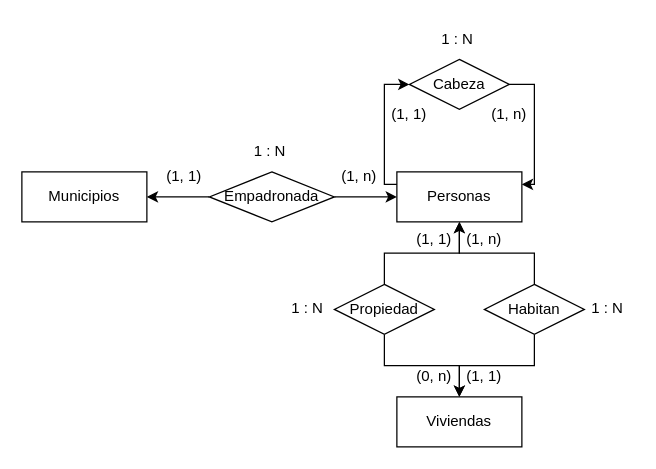
Before: Ejercicio_Cuatro.drawio in Lioteronn/erp-diagrams, a draw.io diagram. Source tidied: cells renumbered, new cells numbered last; positions are measured from the earlier drawing's top-left corner, leaving out a move shared by most shapes. Both pictures are drawn from the tidied source at 125%, with x=0, y=0 at pixel (21, 21).
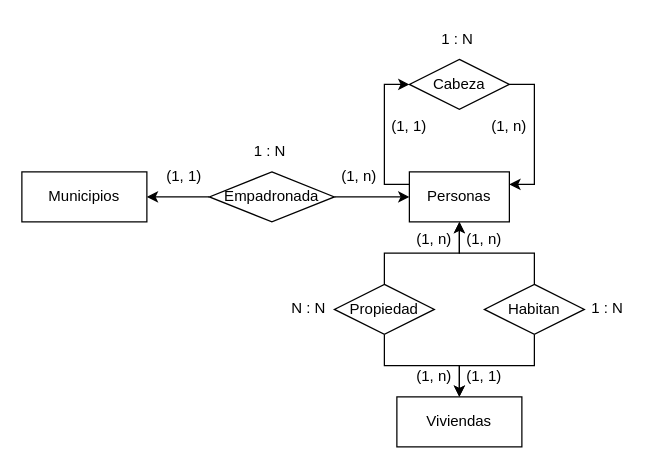
The same diagram, later.

Diff of the diagram source:
```diff
@@
     <mxCell id="4" value="Personas" style="whiteSpace=wrap;html=1;align=center;" parent="1" vertex="1">
-      <mxGeometry x="300" y="120" width="100" height="40" as="geometry" />
+      <mxGeometry x="310" y="120" width="80" height="40" as="geometry" />
     </mxCell>
@@
-    <mxCell id="20" value="(1, 1)" style="text;strokeColor=none;fillColor=none;spacingLeft=4;spacingRight=4;overflow=hidden;fontSize=12;whiteSpace=wrap;html=1;" parent="1" vertex="1">
+    <mxCell id="20" value="(1, n)" style="text;strokeColor=none;fillColor=none;spacingLeft=4;spacingRight=4;overflow=hidden;fontSize=12;whiteSpace=wrap;html=1;" parent="1" vertex="1">
       <mxGeometry x="310" y="160" width="40" height="30" as="geometry" />
     </mxCell>
-    <mxCell id="21" value="(0, n)" style="text;strokeColor=none;fillColor=none;spacingLeft=4;spacingRight=4;overflow=hidden;fontSize=12;whiteSpace=wrap;html=1;" parent="1" vertex="1">
+    <mxCell id="21" value="(1, n)" style="text;strokeColor=none;fillColor=none;spacingLeft=4;spacingRight=4;overflow=hidden;fontSize=12;whiteSpace=wrap;html=1;" parent="1" vertex="1">
       <mxGeometry x="310" y="270" width="40" height="30" as="geometry" />
     </mxCell>
-    <mxCell id="22" value="1 : N" style="text;strokeColor=none;fillColor=none;spacingLeft=4;spacingRight=4;overflow=hidden;fontSize=12;whiteSpace=wrap;html=1;" parent="1" vertex="1">
+    <mxCell id="22" value="N : N" style="text;strokeColor=none;fillColor=none;spacingLeft=4;spacingRight=4;overflow=hidden;fontSize=12;whiteSpace=wrap;html=1;" parent="1" vertex="1">
       <mxGeometry x="210" y="215" width="40" height="30" as="geometry" />
     </mxCell>
@@
     <mxCell id="25" value="(1, n)" style="text;strokeColor=none;fillColor=none;spacingLeft=4;spacingRight=4;overflow=hidden;fontSize=12;whiteSpace=wrap;html=1;" parent="1" vertex="1">
-      <mxGeometry x="370" y="60" width="40" height="30" as="geometry" />
+      <mxGeometry x="370" y="70" width="40" height="30" as="geometry" />
     </mxCell>
@@
     <mxCell id="27" value="(1, 1)" style="text;strokeColor=none;fillColor=none;spacingLeft=4;spacingRight=4;overflow=hidden;fontSize=12;whiteSpace=wrap;html=1;" parent="1" vertex="1">
-      <mxGeometry x="290" y="60" width="40" height="30" as="geometry" />
+      <mxGeometry x="290" y="70" width="40" height="30" as="geometry" />
     </mxCell>
```
